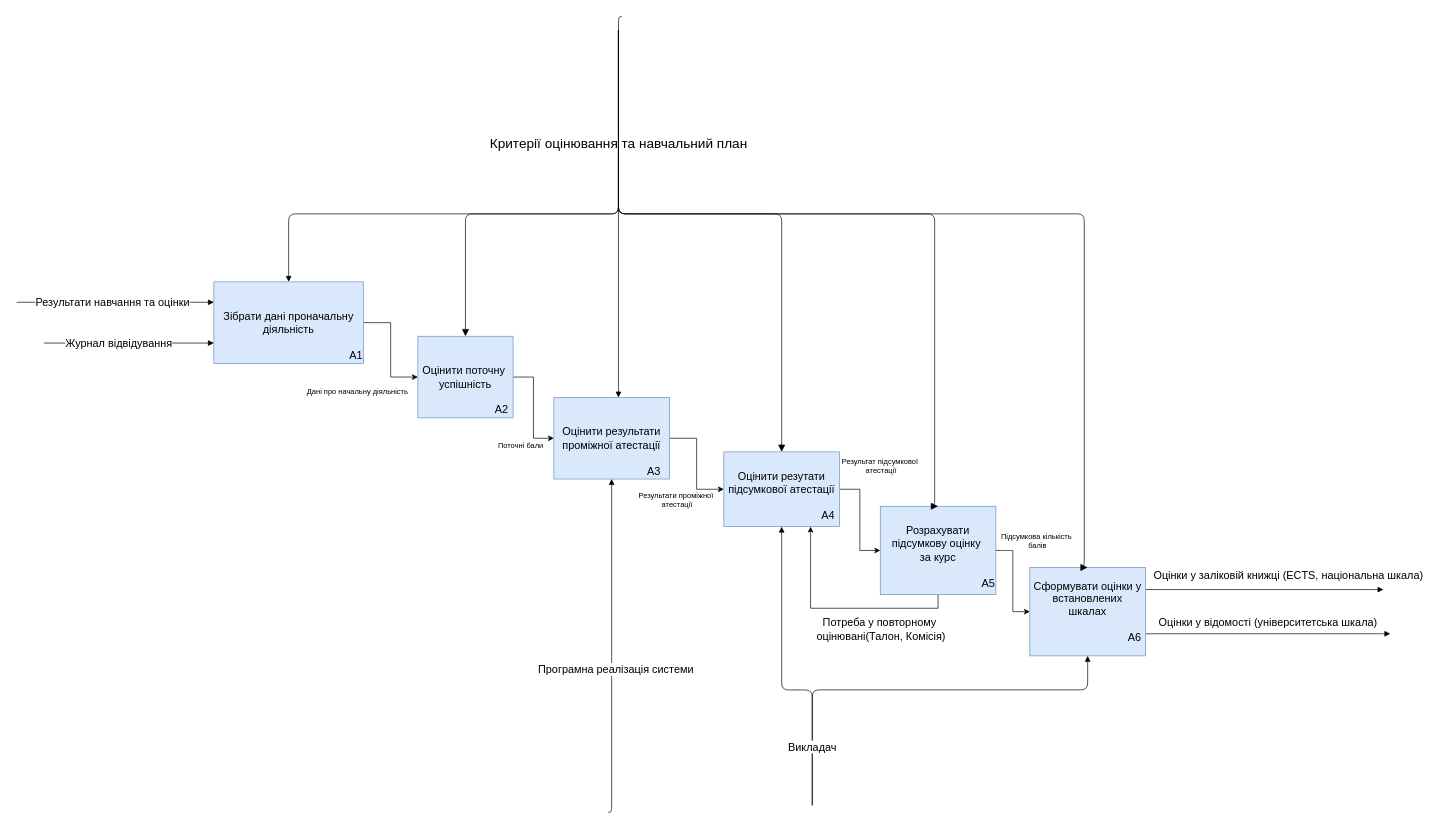
The draw.io diagram page "A0 Декомпозиція оцінювання" (2 of 8) of Lab1.drawio in MikeSydo/Development-and-Design-of-Information-Systems, before the edit. Source tidied: cells renumbered, new cells numbered last; positions are measured from the earlier drawing's top-left corner, leaving out a move shared by most shapes. Both pictures are drawn from the tidied source at 68%, with x=0, y=0 at pixel (16, 16).
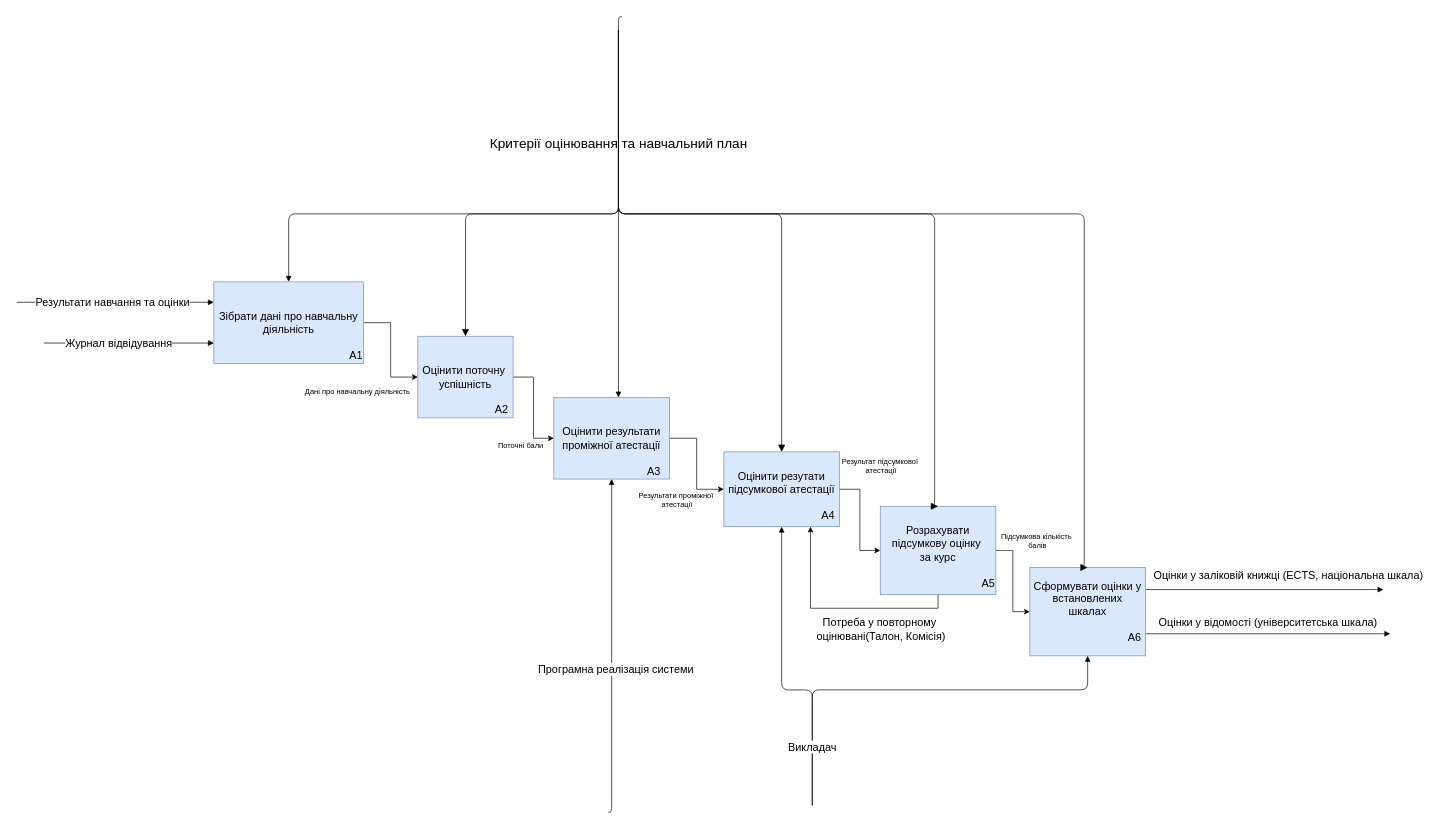
The same diagram, later.

Unchanged cells that the change refers to:
```xml
<mxCell id="2" style="edgeStyle=orthogonalEdgeStyle;rounded=0;jettySize=auto;html=1;entryX=0;entryY=0.5;entryDx=0;entryDy=0;" parent="1" edge="1" source="4" target="12">
  <mxGeometry relative="1" as="geometry" />
</mxCell>
```

Diff of the diagram source:
```diff
@@
-    <mxCell id="3" value="Дані про начальну діяльність" style="edgeLabel;html=1;align=center;verticalAlign=middle;" parent="2" vertex="1">
+    <mxCell id="3" value="Дані про навчальну діяльність" style="edgeLabel;html=1;align=center;verticalAlign=middle;" parent="2" vertex="1">
       <mxGeometry x="0.45" relative="1" as="geometry">
         <mxPoint x="-50" y="24" as="offset" />
       </mxGeometry>
     </mxCell>
-    <mxCell id="4" value="&lt;div&gt;&lt;br&gt;&lt;/div&gt;&lt;div&gt;&lt;br&gt;&lt;/div&gt;&lt;div&gt;Зібрати дані проначальну діяльність&lt;/div&gt;&lt;div&gt;&lt;br&gt;&lt;/div&gt;&lt;div align=&quot;right&quot;&gt;А1&lt;/div&gt;" style="rounded=0;whiteSpace=wrap;html=1;fillColor=#dae8fc;strokeColor=#6c8ebf;fontSize=16;" parent="1" vertex="1">
+    <mxCell id="4" value="&lt;div&gt;&lt;br&gt;&lt;/div&gt;&lt;div&gt;&lt;br&gt;&lt;/div&gt;&lt;div&gt;Зібрати дані про навчальну діяльність&lt;/div&gt;&lt;div&gt;&lt;br&gt;&lt;/div&gt;&lt;div align=&quot;right&quot;&gt;А1&lt;/div&gt;" style="rounded=0;whiteSpace=wrap;html=1;fillColor=#dae8fc;strokeColor=#6c8ebf;fontSize=16;" parent="1" vertex="1">
       <mxGeometry x="290" y="390" width="220" height="120" as="geometry" />
     </mxCell>
```
